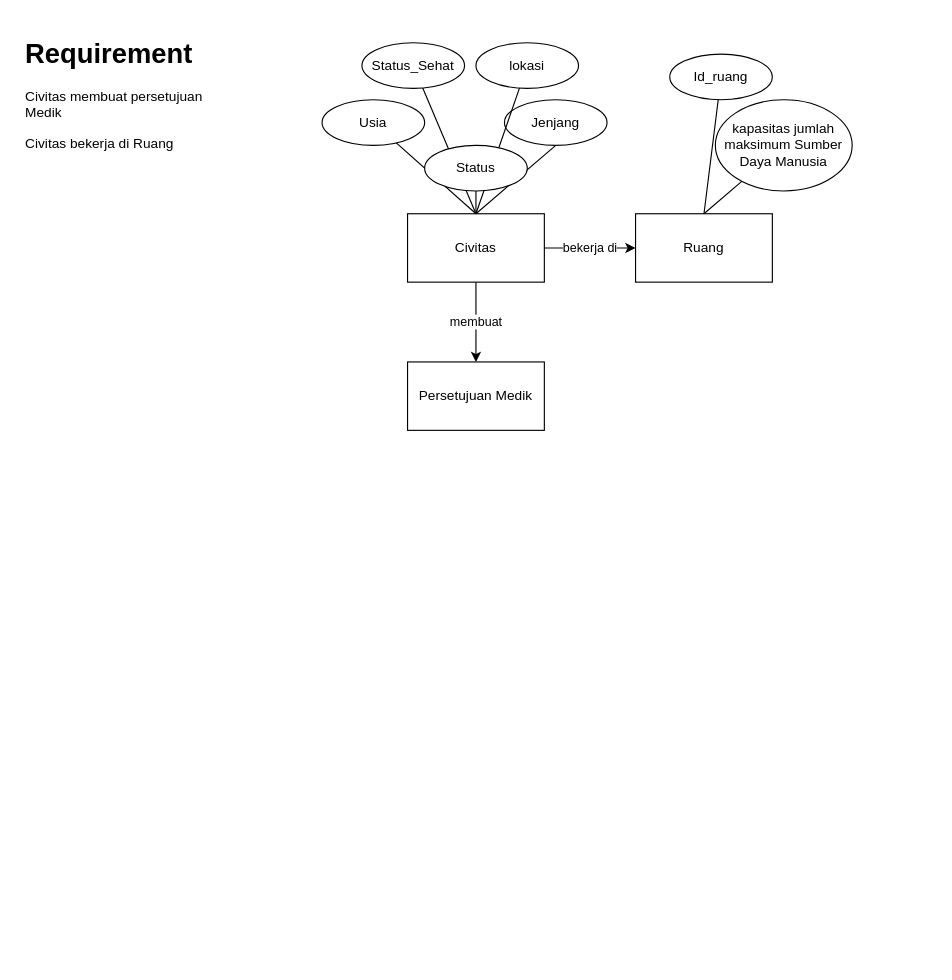
karimahasna/Analgo-01 keeps this draw.io diagram as System Analysis & Design.drawio. Above is the earlier version. Source tidied: cells renumbered, new cells numbered last; positions are measured from the earlier drawing's top-left corner, leaving out a move shared by most shapes. Both pictures are drawn from the tidied source at 114%, with x=0, y=0 at pixel (19, 31).
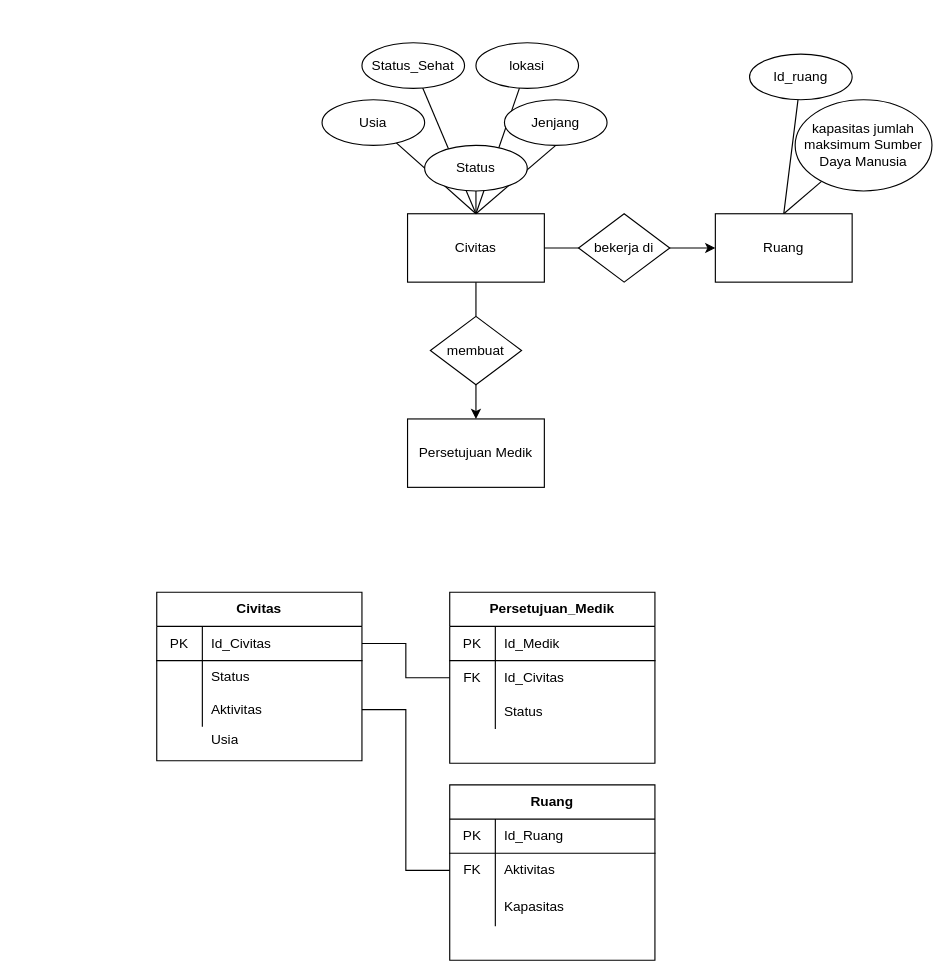
Above is the later version.

Unchanged cells that the change refers to:
```xml
<mxCell id="9" value="Civitas" style="rounded=0;whiteSpace=wrap;html=1;" parent="1" vertex="1">
  <mxGeometry x="340" y="160" width="120" height="60" as="geometry" />
</mxCell>
```

Change to the diagram source:
```diff
@@
     <mxCell id="3" value="kapasitas jumlah maksimum Sumber Daya Manusia" style="ellipse;whiteSpace=wrap;html=1;" parent="1" vertex="1">
-      <mxGeometry x="610" y="60" width="120" height="80" as="geometry" />
+      <mxGeometry x="680" y="60" width="120" height="80" as="geometry" />
     </mxCell>
@@
     <mxCell id="5" value="Id_ruang" style="ellipse;whiteSpace=wrap;html=1;" parent="1" vertex="1">
-      <mxGeometry x="570" y="20" width="90" height="40" as="geometry" />
+      <mxGeometry x="640" y="20" width="90" height="40" as="geometry" />
     </mxCell>
-    <mxCell id="6" value="Jenjang" style="ellipse;whiteSpace=wrap;html=1;" parent="1" vertex="1">
-      <mxGeometry x="425" y="60" width="90" height="40" as="geometry" />
-    </mxCell>
-    <mxCell id="7" value="membuat" style="edgeStyle=orthogonalEdgeStyle;rounded=0;jettySize=auto;html=1;" parent="1" edge="1" source="9" target="16">
+    <mxCell id="7" style="edgeStyle=orthogonalEdgeStyle;rounded=0;jettySize=auto;html=1;" parent="1" edge="1" source="23" target="16">
       <mxGeometry relative="1" as="geometry" />
     </mxCell>
-    <mxCell id="8" value="bekerja di" style="edgeStyle=orthogonalEdgeStyle;rounded=0;jettySize=auto;html=1;entryX=0;entryY=0.5;entryDx=0;entryDy=0;endArrow=classic;endFill=1;" parent="1" edge="1" source="9" target="10">
+    <mxCell id="8" style="edgeStyle=orthogonalEdgeStyle;rounded=0;jettySize=auto;html=1;entryX=0;entryY=0.5;entryDx=0;entryDy=0;endArrow=classic;endFill=1;" parent="1" edge="1" source="9" target="10">
       <mxGeometry relative="1" as="geometry">
         <Array as="points">
           <mxPoint x="520" y="190" />
           <mxPoint x="520" y="190" />
         </Array>
       </mxGeometry>
     </mxCell>
@@
     <mxCell id="10" value="Ruang" style="rounded=0;whiteSpace=wrap;html=1;" parent="1" vertex="1">
-      <mxGeometry x="540" y="160" width="120" height="60" as="geometry" />
+      <mxGeometry x="610" y="160" width="120" height="60" as="geometry" />
     </mxCell>
@@
     <mxCell id="16" value="Persetujuan Medik" style="rounded=0;whiteSpace=wrap;html=1;" parent="1" vertex="1">
-      <mxGeometry x="340" y="290" width="120" height="60" as="geometry" />
+      <mxGeometry x="340" y="340" width="120" height="60" as="geometry" />
     </mxCell>
@@
-    <mxCell id="21" value="&lt;h1&gt;Requirement&lt;/h1&gt;&lt;p&gt;Civitas membuat persetujuan Medik&lt;/p&gt;&lt;p&gt;Civitas bekerja di Ruang&lt;/p&gt;" style="text;html=1;strokeColor=none;fillColor=none;spacing=5;spacingTop=-20;whiteSpace=wrap;overflow=hidden;rounded=0;" parent="1" vertex="1">
-      <mxGeometry width="190" height="120" as="geometry" />
-    </mxCell>
+    <mxCell id="22" value="bekerja di" style="rhombus;whiteSpace=wrap;html=1;" parent="1" vertex="1">
+      <mxGeometry x="490" y="160" width="80" height="60" as="geometry" />
+    </mxCell>
+    <mxCell id="23" value="membuat" style="rhombus;whiteSpace=wrap;html=1;" parent="1" vertex="1">
+      <mxGeometry x="360" y="250" width="80" height="60" as="geometry" />
+    </mxCell>
+    <mxCell id="24" style="edgeStyle=orthogonalEdgeStyle;rounded=0;jettySize=auto;html=1;endArrow=none;endFill=0;" parent="1" edge="1" source="9" target="23">
+      <mxGeometry relative="1" as="geometry" />
+    </mxCell>
+    <mxCell id="6" value="Jenjang" style="ellipse;whiteSpace=wrap;html=1;" parent="1" vertex="1">
+      <mxGeometry x="425" y="60" width="90" height="40" as="geometry" />
+    </mxCell>
+    <mxCell id="25" value="Civitas" style="shape=table;html=1;whiteSpace=wrap;startSize=30;childLayout=tableLayout;rowLines=0;fontStyle=1;align=center;" parent="1" vertex="1">
+      <mxGeometry x="120" y="492" width="180" height="147.8" as="geometry" />
+    </mxCell>
+    <mxCell id="26" style="shape=partialRectangle;html=1;whiteSpace=wrap;fillColor=none;top=0;left=0;bottom=1;right=0;points=[[0,0.5],[1,0.5]];portConstraint=eastwest;" parent="25" vertex="1">
+      <mxGeometry y="30" width="180" height="30" as="geometry" />
+    </mxCell>
+    <mxCell id="27" value="PK" style="shape=partialRectangle;html=1;whiteSpace=wrap;fillColor=none;top=0;left=0;bottom=0;right=0;overflow=hidden;" parent="26" vertex="1">
+      <mxGeometry width="40" height="30" as="geometry" />
+    </mxCell>
+    <mxCell id="28" value="Id_Civitas" style="shape=partialRectangle;html=1;whiteSpace=wrap;fillColor=none;top=0;left=0;bottom=0;right=0;align=left;spacingLeft=6;overflow=hidden;" parent="26" vertex="1">
+      <mxGeometry x="40" width="140" height="30" as="geometry" />
+    </mxCell>
+    <mxCell id="29" style="shape=partialRectangle;html=1;whiteSpace=wrap;fillColor=none;top=0;left=0;bottom=0;right=0;" parent="25" vertex="1">
+      <mxGeometry y="60" width="180" height="28" as="geometry" />
+    </mxCell>
+    <mxCell id="30" style="shape=partialRectangle;html=1;whiteSpace=wrap;fillColor=none;top=0;left=0;bottom=0;right=0;overflow=hidden;" parent="29" vertex="1">
+      <mxGeometry width="40" height="28" as="geometry" />
+    </mxCell>
+    <mxCell id="31" value="Status" style="shape=partialRectangle;html=1;whiteSpace=wrap;fillColor=none;top=0;left=0;bottom=0;right=0;align=left;spacingLeft=6;overflow=hidden;" parent="29" vertex="1">
+      <mxGeometry x="40" width="140" height="28" as="geometry" />
+    </mxCell>
+    <mxCell id="32" style="shape=partialRectangle;html=1;whiteSpace=wrap;fillColor=none;top=0;left=0;bottom=0;right=0;points=[[0,0.5],[1,0.5]];portConstraint=eastwest;" parent="25" vertex="1">
+      <mxGeometry y="88" width="180" height="30" as="geometry" />
+    </mxCell>
+    <mxCell id="33" style="shape=partialRectangle;html=1;whiteSpace=wrap;fillColor=none;top=0;left=0;bottom=0;right=0;overflow=hidden;" parent="32" vertex="1">
+      <mxGeometry width="40" height="30" as="geometry" />
+    </mxCell>
+    <mxCell id="34" value="Aktivitas" style="shape=partialRectangle;html=1;whiteSpace=wrap;fillColor=none;top=0;left=0;bottom=0;right=0;align=left;spacingLeft=6;overflow=hidden;" parent="32" vertex="1">
+      <mxGeometry x="40" width="140" height="30" as="geometry" />
+    </mxCell>
+    <mxCell id="35" value="Usia" style="shape=partialRectangle;html=1;whiteSpace=wrap;fillColor=none;top=0;left=0;bottom=0;right=0;align=left;spacingLeft=6;overflow=hidden;" parent="1" vertex="1">
+      <mxGeometry x="160" y="607" width="140" height="30" as="geometry" />
+    </mxCell>
+    <mxCell id="36" style="edgeStyle=orthogonalEdgeStyle;rounded=0;jettySize=auto;html=1;entryX=0;entryY=0.5;entryDx=0;entryDy=0;endArrow=none;endFill=0;" parent="1" edge="1" source="26" target="52">
+      <mxGeometry relative="1" as="geometry" />
+    </mxCell>
+    <mxCell id="37" style="edgeStyle=orthogonalEdgeStyle;rounded=0;jettySize=auto;html=1;entryX=0;entryY=0.5;entryDx=0;entryDy=0;endArrow=none;endFill=0;" parent="1" edge="1" source="32" target="42">
+      <mxGeometry relative="1" as="geometry" />
+    </mxCell>
+    <mxCell id="38" value="Ruang" style="shape=table;html=1;whiteSpace=wrap;startSize=30;childLayout=tableLayout;rowLines=0;fontStyle=1;align=center;" parent="1" vertex="1">
+      <mxGeometry x="377" y="661" width="180" height="153.8" as="geometry" />
+    </mxCell>
+    <mxCell id="39" style="shape=partialRectangle;html=1;whiteSpace=wrap;fillColor=none;top=0;left=0;bottom=1;right=0;" parent="38" vertex="1">
+      <mxGeometry y="30" width="180" height="30" as="geometry" />
+    </mxCell>
+    <mxCell id="40" value="PK" style="shape=partialRectangle;html=1;whiteSpace=wrap;fillColor=none;top=0;left=0;bottom=0;right=0;overflow=hidden;" parent="39" vertex="1">
+      <mxGeometry width="40" height="30" as="geometry" />
+    </mxCell>
+    <mxCell id="41" value="Id_Ruang" style="shape=partialRectangle;html=1;whiteSpace=wrap;fillColor=none;top=0;left=0;bottom=0;right=0;align=left;spacingLeft=6;overflow=hidden;" parent="39" vertex="1">
+      <mxGeometry x="40" width="140" height="30" as="geometry" />
+    </mxCell>
+    <mxCell id="42" style="shape=partialRectangle;html=1;whiteSpace=wrap;fillColor=none;top=0;left=0;bottom=0;right=0;points=[[0,0.5],[1,0.5]];portConstraint=eastwest;" parent="38" vertex="1">
+      <mxGeometry y="60" width="180" height="30" as="geometry" />
+    </mxCell>
+    <mxCell id="43" value="FK" style="shape=partialRectangle;html=1;whiteSpace=wrap;fillColor=none;top=0;left=0;bottom=0;right=0;overflow=hidden;" parent="42" vertex="1">
+      <mxGeometry width="40" height="30" as="geometry" />
+    </mxCell>
+    <mxCell id="44" value="Aktivitas" style="shape=partialRectangle;html=1;whiteSpace=wrap;fillColor=none;top=0;left=0;bottom=0;right=0;align=left;spacingLeft=6;overflow=hidden;" parent="42" vertex="1">
+      <mxGeometry x="40" width="140" height="30" as="geometry" />
+    </mxCell>
+    <mxCell id="45" style="shape=partialRectangle;html=1;whiteSpace=wrap;fillColor=none;top=0;left=0;bottom=0;right=0;" parent="38" vertex="1">
+      <mxGeometry y="90" width="180" height="34" as="geometry" />
+    </mxCell>
+    <mxCell id="46" style="shape=partialRectangle;html=1;whiteSpace=wrap;fillColor=none;top=0;left=0;bottom=0;right=0;overflow=hidden;" parent="45" vertex="1">
+      <mxGeometry width="40" height="34" as="geometry" />
+    </mxCell>
+    <mxCell id="47" value="Kapasitas" style="shape=partialRectangle;html=1;whiteSpace=wrap;fillColor=none;top=0;left=0;bottom=0;right=0;align=left;spacingLeft=6;overflow=hidden;" parent="45" vertex="1">
+      <mxGeometry x="40" width="140" height="34" as="geometry" />
+    </mxCell>
+    <mxCell id="48" value="Persetujuan_Medik" style="shape=table;html=1;whiteSpace=wrap;startSize=30;childLayout=tableLayout;rowLines=0;fontStyle=1;align=center;" parent="1" vertex="1">
+      <mxGeometry x="377" y="492" width="180" height="150" as="geometry" />
+    </mxCell>
+    <mxCell id="49" style="shape=partialRectangle;html=1;whiteSpace=wrap;fillColor=none;top=0;left=0;bottom=1;right=0;" parent="48" vertex="1">
+      <mxGeometry y="30" width="180" height="30" as="geometry" />
+    </mxCell>
+    <mxCell id="50" value="PK" style="shape=partialRectangle;html=1;whiteSpace=wrap;fillColor=none;top=0;left=0;bottom=0;right=0;overflow=hidden;" parent="49" vertex="1">
+      <mxGeometry width="40" height="30" as="geometry" />
+    </mxCell>
+    <mxCell id="51" value="Id_Medik" style="shape=partialRectangle;html=1;whiteSpace=wrap;fillColor=none;top=0;left=0;bottom=0;right=0;align=left;spacingLeft=6;overflow=hidden;" parent="49" vertex="1">
+      <mxGeometry x="40" width="140" height="30" as="geometry" />
+    </mxCell>
+    <mxCell id="52" style="shape=partialRectangle;html=1;whiteSpace=wrap;fillColor=none;top=0;left=0;bottom=0;right=0;points=[[0,0.5],[1,0.5]];portConstraint=eastwest;" parent="48" vertex="1">
+      <mxGeometry y="60" width="180" height="30" as="geometry" />
+    </mxCell>
+    <mxCell id="53" value="FK" style="shape=partialRectangle;html=1;whiteSpace=wrap;fillColor=none;top=0;left=0;bottom=0;right=0;overflow=hidden;" parent="52" vertex="1">
+      <mxGeometry width="40" height="30" as="geometry" />
+    </mxCell>
+    <mxCell id="54" value="Id_Civitas" style="shape=partialRectangle;html=1;whiteSpace=wrap;fillColor=none;top=0;left=0;bottom=0;right=0;align=left;spacingLeft=6;overflow=hidden;" parent="52" vertex="1">
+      <mxGeometry x="40" width="140" height="30" as="geometry" />
+    </mxCell>
+    <mxCell id="55" style="shape=partialRectangle;html=1;whiteSpace=wrap;fillColor=none;top=0;left=0;bottom=0;right=0;" parent="48" vertex="1">
+      <mxGeometry y="90" width="180" height="30" as="geometry" />
+    </mxCell>
+    <mxCell id="56" style="shape=partialRectangle;html=1;whiteSpace=wrap;fillColor=none;top=0;left=0;bottom=0;right=0;overflow=hidden;" parent="55" vertex="1">
+      <mxGeometry width="40" height="30" as="geometry" />
+    </mxCell>
+    <mxCell id="57" value="Status" style="shape=partialRectangle;html=1;whiteSpace=wrap;fillColor=none;top=0;left=0;bottom=0;right=0;align=left;spacingLeft=6;overflow=hidden;" parent="55" vertex="1">
+      <mxGeometry x="40" width="140" height="30" as="geometry" />
+    </mxCell>
```
